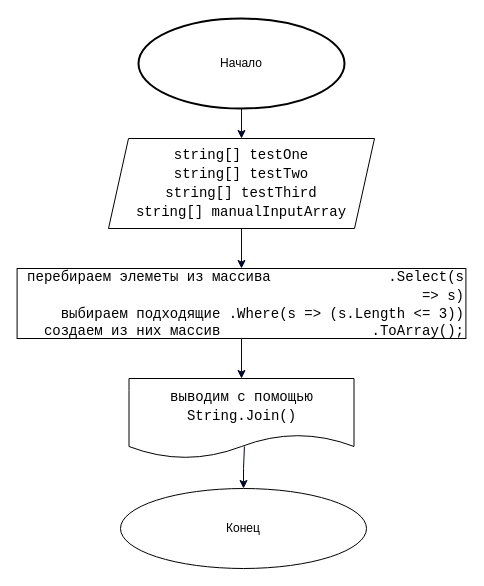
Denchik1307/final-verification-work keeps this draw.io diagram as Diagramm/Diagramm.drawio. Above is the earlier version. Source tidied: cells renumbered, new cells numbered last; positions are measured from the earlier drawing's top-left corner, leaving out a move shared by most shapes. Both pictures are drawn from the tidied source at 100%, with x=0, y=0 at pixel (17, 18).
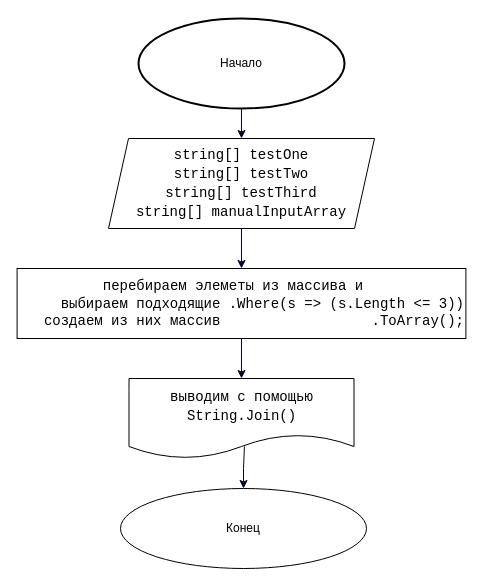
The same page after the edit.

Change to the diagram source:
```diff
@@
-<mxGraphModel>
+<mxGraphModel background="#ffffff">
   <root>
     <mxCell id="0" />
     <mxCell id="1" parent="0" />
     <mxCell id="2" value="Начало" style="strokeWidth=2;html=1;shape=mxgraph.flowchart.start_1;whiteSpace=wrap;" parent="1" vertex="1">
       <mxGeometry x="121" width="206" height="90" as="geometry" />
     </mxCell>
     <mxCell id="3" style="edgeStyle=orthogonalEdgeStyle;rounded=0;fillStyle=solid;jettySize=auto;html=1;entryX=0.5;entryY=1;entryDx=0;entryDy=0;entryPerimeter=0;strokeColor=#00072E;strokeWidth=1;fontColor=default;startArrow=classic;startFill=1;endArrow=none;endFill=0;" parent="1" edge="1" source="4" target="2">
       <mxGeometry relative="1" as="geometry" />
     </mxCell>
     <mxCell id="4" value="&lt;div style=&quot;font-family: Consolas, &amp;quot;Courier New&amp;quot;, monospace; font-size: 14px; line-height: 19px;&quot;&gt;&lt;div&gt;&lt;span style=&quot;&quot;&gt;string&lt;/span&gt;[] &lt;span style=&quot;&quot;&gt;testOne&lt;/span&gt;&lt;/div&gt;&lt;div&gt;&lt;span style=&quot;&quot;&gt;string&lt;/span&gt;[] &lt;span style=&quot;&quot;&gt;testTwo&lt;/span&gt;&lt;/div&gt;&lt;div&gt;&lt;span style=&quot;&quot;&gt;string&lt;/span&gt;[] &lt;span style=&quot;&quot;&gt;testThird&lt;/span&gt;&lt;/div&gt;&lt;div&gt;&lt;span style=&quot;&quot;&gt;string&lt;/span&gt;[] &lt;span style=&quot;&quot;&gt;manualInputArray&lt;/span&gt;&lt;/div&gt;&lt;/div&gt;" style="shape=parallelogram;perimeter=parallelogramPerimeter;whiteSpace=wrap;html=1;fixedSize=1;labelBackgroundColor=none;labelBorderColor=none;fontColor=default;" parent="1" vertex="1">
       <mxGeometry x="91" y="120" width="266" height="90" as="geometry" />
     </mxCell>
     <mxCell id="5" style="edgeStyle=orthogonalEdgeStyle;rounded=0;fillStyle=solid;jettySize=auto;html=1;exitX=0.5;exitY=0;exitDx=0;exitDy=0;entryX=0.5;entryY=1;entryDx=0;entryDy=0;strokeColor=#00072E;strokeWidth=1;fontColor=default;startArrow=classic;startFill=1;endArrow=none;endFill=0;" parent="1" edge="1" source="6" target="4">
       <mxGeometry relative="1" as="geometry" />
     </mxCell>
-    <mxCell id="6" value="&lt;div style=&quot;font-family: Consolas, &amp;quot;Courier New&amp;quot;, monospace; font-size: 14px; line-height: 19px;&quot;&gt;&lt;span style=&quot;&quot;&gt;перебираем элеметы из массива&amp;nbsp; &amp;nbsp; &amp;nbsp; &amp;nbsp; &amp;nbsp; &amp;nbsp; &amp;nbsp; .Select&lt;/span&gt;(&lt;span style=&quot;&quot;&gt;s&lt;/span&gt; =&amp;gt; &lt;span style=&quot;&quot;&gt;s&lt;/span&gt;)&lt;/div&gt;&lt;span style=&quot;font-family: Consolas, &amp;quot;Courier New&amp;quot;, monospace; font-size: 14px;&quot;&gt;выбираем подходящие&lt;/span&gt;&lt;span style=&quot;font-family: Consolas, &amp;quot;Courier New&amp;quot;, monospace; font-size: 14px; background-color: initial;&quot;&gt;&amp;nbsp;.&lt;/span&gt;&lt;span style=&quot;font-family: Consolas, &amp;quot;Courier New&amp;quot;, monospace; font-size: 14px; background-color: initial;&quot;&gt;Where&lt;/span&gt;&lt;span style=&quot;font-family: Consolas, &amp;quot;Courier New&amp;quot;, monospace; font-size: 14px; background-color: initial;&quot;&gt;(&lt;/span&gt;&lt;span style=&quot;font-family: Consolas, &amp;quot;Courier New&amp;quot;, monospace; font-size: 14px; background-color: initial;&quot;&gt;s&lt;/span&gt;&lt;span style=&quot;font-family: Consolas, &amp;quot;Courier New&amp;quot;, monospace; font-size: 14px; background-color: initial;&quot;&gt; =&amp;gt; (&lt;/span&gt;&lt;span style=&quot;font-family: Consolas, &amp;quot;Courier New&amp;quot;, monospace; font-size: 14px; background-color: initial;&quot;&gt;s&lt;/span&gt;&lt;span style=&quot;font-family: Consolas, &amp;quot;Courier New&amp;quot;, monospace; font-size: 14px; background-color: initial;&quot;&gt;.Length &amp;lt;= &lt;/span&gt;&lt;span style=&quot;font-family: Consolas, &amp;quot;Courier New&amp;quot;, monospace; font-size: 14px; background-color: initial;&quot;&gt;3&lt;/span&gt;&lt;span style=&quot;font-family: Consolas, &amp;quot;Courier New&amp;quot;, monospace; font-size: 14px; background-color: initial;&quot;&gt;))&lt;br&gt;создаем из них массив&amp;nbsp; &amp;nbsp; &amp;nbsp; &amp;nbsp; &amp;nbsp; &amp;nbsp; &amp;nbsp; &amp;nbsp; &amp;nbsp; .&lt;/span&gt;&lt;span style=&quot;font-family: Consolas, &amp;quot;Courier New&amp;quot;, monospace; font-size: 14px; background-color: initial;&quot;&gt;ToArray&lt;/span&gt;&lt;span style=&quot;font-family: Consolas, &amp;quot;Courier New&amp;quot;, monospace; font-size: 14px; background-color: initial;&quot;&gt;();&lt;/span&gt;&lt;span style=&quot;font-family: Consolas, &amp;quot;Courier New&amp;quot;, monospace; font-size: 14px;&quot;&gt;&lt;br&gt;&lt;/span&gt;" style="rounded=0;whiteSpace=wrap;html=1;fontColor=default;labelBackgroundColor=none;align=right;" parent="1" vertex="1">
+    <mxCell id="6" value="&lt;div style=&quot;font-family: &amp;#34;consolas&amp;#34; , &amp;#34;courier new&amp;#34; , monospace ; font-size: 14px ; line-height: 19px&quot;&gt;&lt;span&gt;перебираем элеметы из массива и&amp;nbsp; &amp;nbsp; &amp;nbsp; &amp;nbsp; &amp;nbsp; &amp;nbsp;&amp;nbsp;&lt;/span&gt;&lt;/div&gt;&lt;span style=&quot;font-family: &amp;#34;consolas&amp;#34; , &amp;#34;courier new&amp;#34; , monospace ; font-size: 14px&quot;&gt;выбираем подходящие&lt;/span&gt;&lt;span style=&quot;font-family: &amp;#34;consolas&amp;#34; , &amp;#34;courier new&amp;#34; , monospace ; font-size: 14px&quot;&gt;&amp;nbsp;.&lt;/span&gt;&lt;span style=&quot;font-family: &amp;#34;consolas&amp;#34; , &amp;#34;courier new&amp;#34; , monospace ; font-size: 14px&quot;&gt;Where&lt;/span&gt;&lt;span style=&quot;font-family: &amp;#34;consolas&amp;#34; , &amp;#34;courier new&amp;#34; , monospace ; font-size: 14px&quot;&gt;(&lt;/span&gt;&lt;span style=&quot;font-family: &amp;#34;consolas&amp;#34; , &amp;#34;courier new&amp;#34; , monospace ; font-size: 14px&quot;&gt;s&lt;/span&gt;&lt;span style=&quot;font-family: &amp;#34;consolas&amp;#34; , &amp;#34;courier new&amp;#34; , monospace ; font-size: 14px&quot;&gt; =&amp;gt; (&lt;/span&gt;&lt;span style=&quot;font-family: &amp;#34;consolas&amp;#34; , &amp;#34;courier new&amp;#34; , monospace ; font-size: 14px&quot;&gt;s&lt;/span&gt;&lt;span style=&quot;font-family: &amp;#34;consolas&amp;#34; , &amp;#34;courier new&amp;#34; , monospace ; font-size: 14px&quot;&gt;.Length &amp;lt;= &lt;/span&gt;&lt;span style=&quot;font-family: &amp;#34;consolas&amp;#34; , &amp;#34;courier new&amp;#34; , monospace ; font-size: 14px&quot;&gt;3&lt;/span&gt;&lt;span style=&quot;font-family: &amp;#34;consolas&amp;#34; , &amp;#34;courier new&amp;#34; , monospace ; font-size: 14px&quot;&gt;))&lt;br&gt;создаем из них массив&amp;nbsp; &amp;nbsp; &amp;nbsp; &amp;nbsp; &amp;nbsp; &amp;nbsp; &amp;nbsp; &amp;nbsp; &amp;nbsp; .&lt;/span&gt;&lt;span style=&quot;font-family: &amp;#34;consolas&amp;#34; , &amp;#34;courier new&amp;#34; , monospace ; font-size: 14px&quot;&gt;ToArray&lt;/span&gt;&lt;span style=&quot;font-family: &amp;#34;consolas&amp;#34; , &amp;#34;courier new&amp;#34; , monospace ; font-size: 14px&quot;&gt;();&lt;/span&gt;&lt;span style=&quot;font-family: &amp;#34;consolas&amp;#34; , &amp;#34;courier new&amp;#34; , monospace ; font-size: 14px&quot;&gt;&lt;br&gt;&lt;/span&gt;" style="rounded=0;whiteSpace=wrap;html=1;fontColor=default;labelBackgroundColor=none;align=right;" parent="1" vertex="1">
       <mxGeometry x="-0.4" y="250" width="448.8" height="70" as="geometry" />
     </mxCell>
     <mxCell id="7" style="edgeStyle=orthogonalEdgeStyle;rounded=0;fillStyle=solid;jettySize=auto;html=1;strokeColor=#00072E;strokeWidth=1;fontColor=default;startArrow=classic;startFill=1;endArrow=none;endFill=0;" parent="1" edge="1" source="8" target="6">
       <mxGeometry relative="1" as="geometry" />
     </mxCell>
     <mxCell id="8" value="&lt;div style=&quot;font-family: Consolas, &amp;quot;Courier New&amp;quot;, monospace; font-size: 14px; line-height: 19px;&quot;&gt;&lt;span style=&quot;&quot;&gt;выводим с помощью String&lt;/span&gt;.&lt;span style=&quot;&quot;&gt;Join&lt;/span&gt;()&lt;/div&gt;" style="shape=document;whiteSpace=wrap;html=1;boundedLbl=1;labelBackgroundColor=none;labelBorderColor=none;fontColor=default;" parent="1" vertex="1">
       <mxGeometry x="111.5" y="360" width="225" height="80" as="geometry" />
     </mxCell>
     <mxCell id="9" style="edgeStyle=orthogonalEdgeStyle;rounded=0;fillStyle=solid;jettySize=auto;html=1;entryX=0.513;entryY=0.85;entryDx=0;entryDy=0;entryPerimeter=0;strokeColor=#00072E;strokeWidth=1;fontColor=default;startArrow=classic;startFill=1;endArrow=none;endFill=0;" parent="1" edge="1" source="10" target="8">
       <mxGeometry relative="1" as="geometry" />
     </mxCell>
     <mxCell id="10" value="Конец" style="ellipse;whiteSpace=wrap;html=1;labelBackgroundColor=none;labelBorderColor=none;fontColor=default;" parent="1" vertex="1">
       <mxGeometry x="103" y="470" width="246" height="80" as="geometry" />
     </mxCell>
   </root>
 </mxGraphModel>
```
